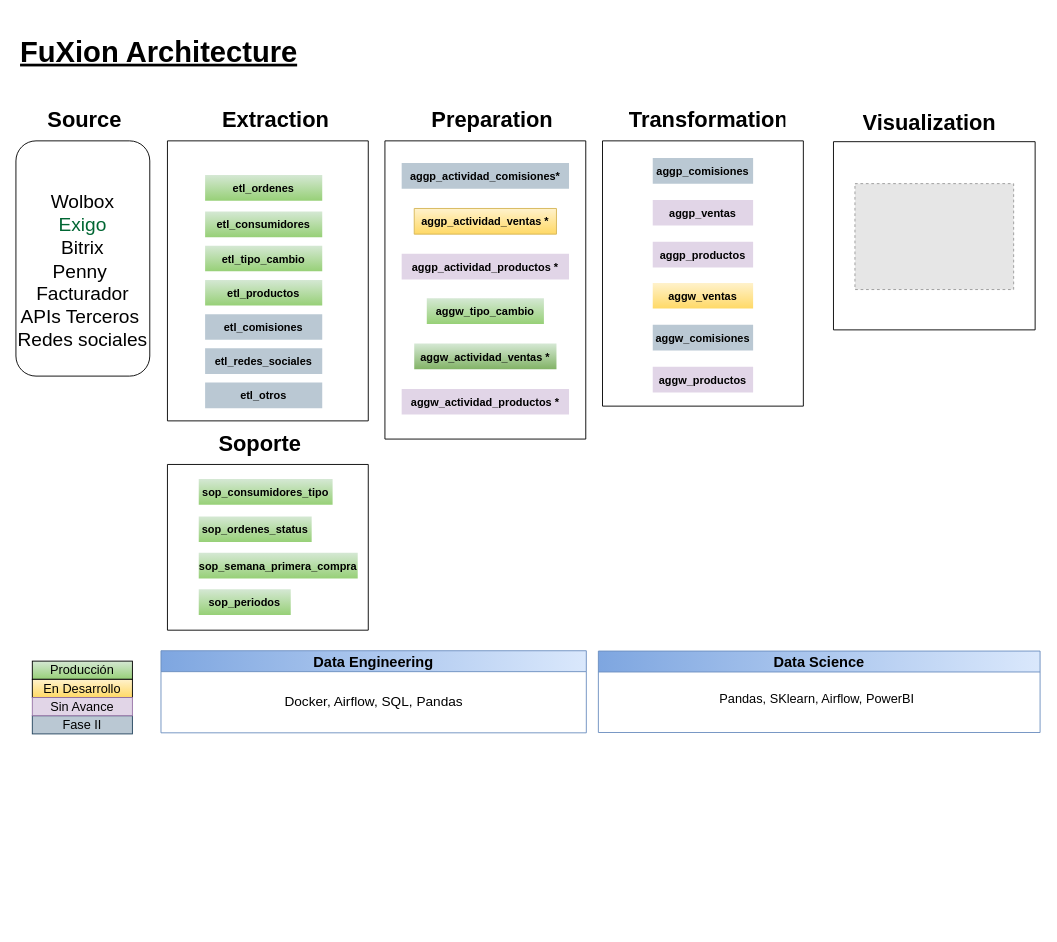
Above: page "Architecture High Level" (2 of 4) of fuXion_model.drawio in calobetoleon/fuxion_design (draw.io), before the change. Source tidied: cells renumbered, new cells numbered last; positions are measured from the earlier drawing's top-left corner, leaving out a move shared by most shapes. Both pictures are drawn from the tidied source at 91%, with x=0, y=0 at pixel (15, 25). Pictures stored in the file or linked from it are replaced by grey dashed boxes.
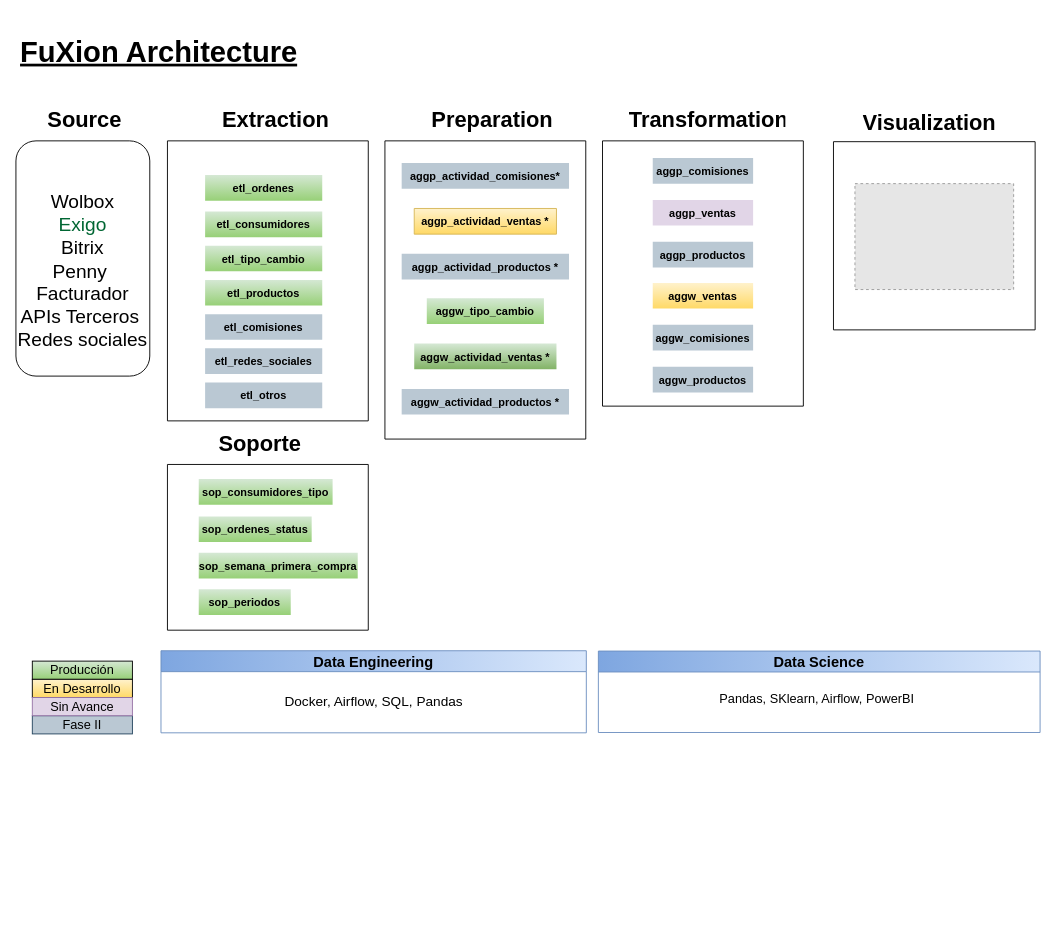
After the change.

Unchanged cells that the change refers to:
```xml
<mxCell id="8" style="swimlane;startSize=0;flipV=1;fontColor=default;" parent="2" vertex="1">
  <mxGeometry x="405.5" y="42.3" width="220.7" height="327.7" as="geometry" />
</mxCell>
<mxCell id="28" style="swimlane;startSize=0;flipV=1;fontColor=default;" parent="2" vertex="1">
  <mxGeometry x="644.6" y="42.3" width="220.7" height="291.5" as="geometry" />
</mxCell>
```

Change to the diagram source:
```diff
@@
-    <mxCell id="13" value="aggw_actividad_productos *" style="shape=table;startSize=30;childLayout=tableLayout;rowLines=0;fontStyle=1;align=center;strokeColor=none;fillColor=#e1d5e7;" parent="8" vertex="1" collapsed="1">
+    <mxCell id="13" value="aggw_actividad_productos *" style="shape=table;startSize=30;childLayout=tableLayout;rowLines=0;fontStyle=1;align=center;strokeColor=none;fillColor=#BAC8D3;" parent="8" vertex="1" collapsed="1">
       <mxGeometry x="18.4" y="272.6" width="183.9" height="28.2" as="geometry" />
     </mxCell>
-    <mxCell id="14" value="aggp_actividad_productos *" style="shape=table;startSize=30;childLayout=tableLayout;rowLines=0;fontStyle=1;align=center;strokeColor=none;fillColor=#e1d5e7;" parent="8" vertex="1" collapsed="1">
+    <mxCell id="14" value="aggp_actividad_productos *" style="shape=table;startSize=30;childLayout=tableLayout;rowLines=0;fontStyle=1;align=center;strokeColor=none;fillColor=#BAC8D3;" parent="8" vertex="1" collapsed="1">
       <mxGeometry x="18.4" y="124.1" width="183.9" height="28.2" as="geometry" />
     </mxCell>
@@
-    <mxCell id="31" value="aggp_productos" style="shape=table;startSize=30;childLayout=tableLayout;rowLines=0;fontStyle=1;align=center;fillColor=#e1d5e7;strokeColor=none;" parent="28" vertex="1" collapsed="1">
+    <mxCell id="31" value="aggp_productos" style="shape=table;startSize=30;childLayout=tableLayout;rowLines=0;fontStyle=1;align=center;fillColor=#BAC8D3;strokeColor=none;" parent="28" vertex="1" collapsed="1">
       <mxGeometry x="55.2" y="110.9" width="110.3" height="28.2" as="geometry" />
     </mxCell>
@@
-    <mxCell id="34" value="aggw_productos" style="shape=table;startSize=30;childLayout=tableLayout;rowLines=0;fontStyle=1;align=center;fillColor=#e1d5e7;strokeColor=none;" parent="28" vertex="1" collapsed="1">
+    <mxCell id="34" value="aggw_productos" style="shape=table;startSize=30;childLayout=tableLayout;rowLines=0;fontStyle=1;align=center;fillColor=#BAC8D3;strokeColor=none;" parent="28" vertex="1" collapsed="1">
       <mxGeometry x="55.2" y="248.2" width="110.3" height="28.2" as="geometry" />
     </mxCell>
```
